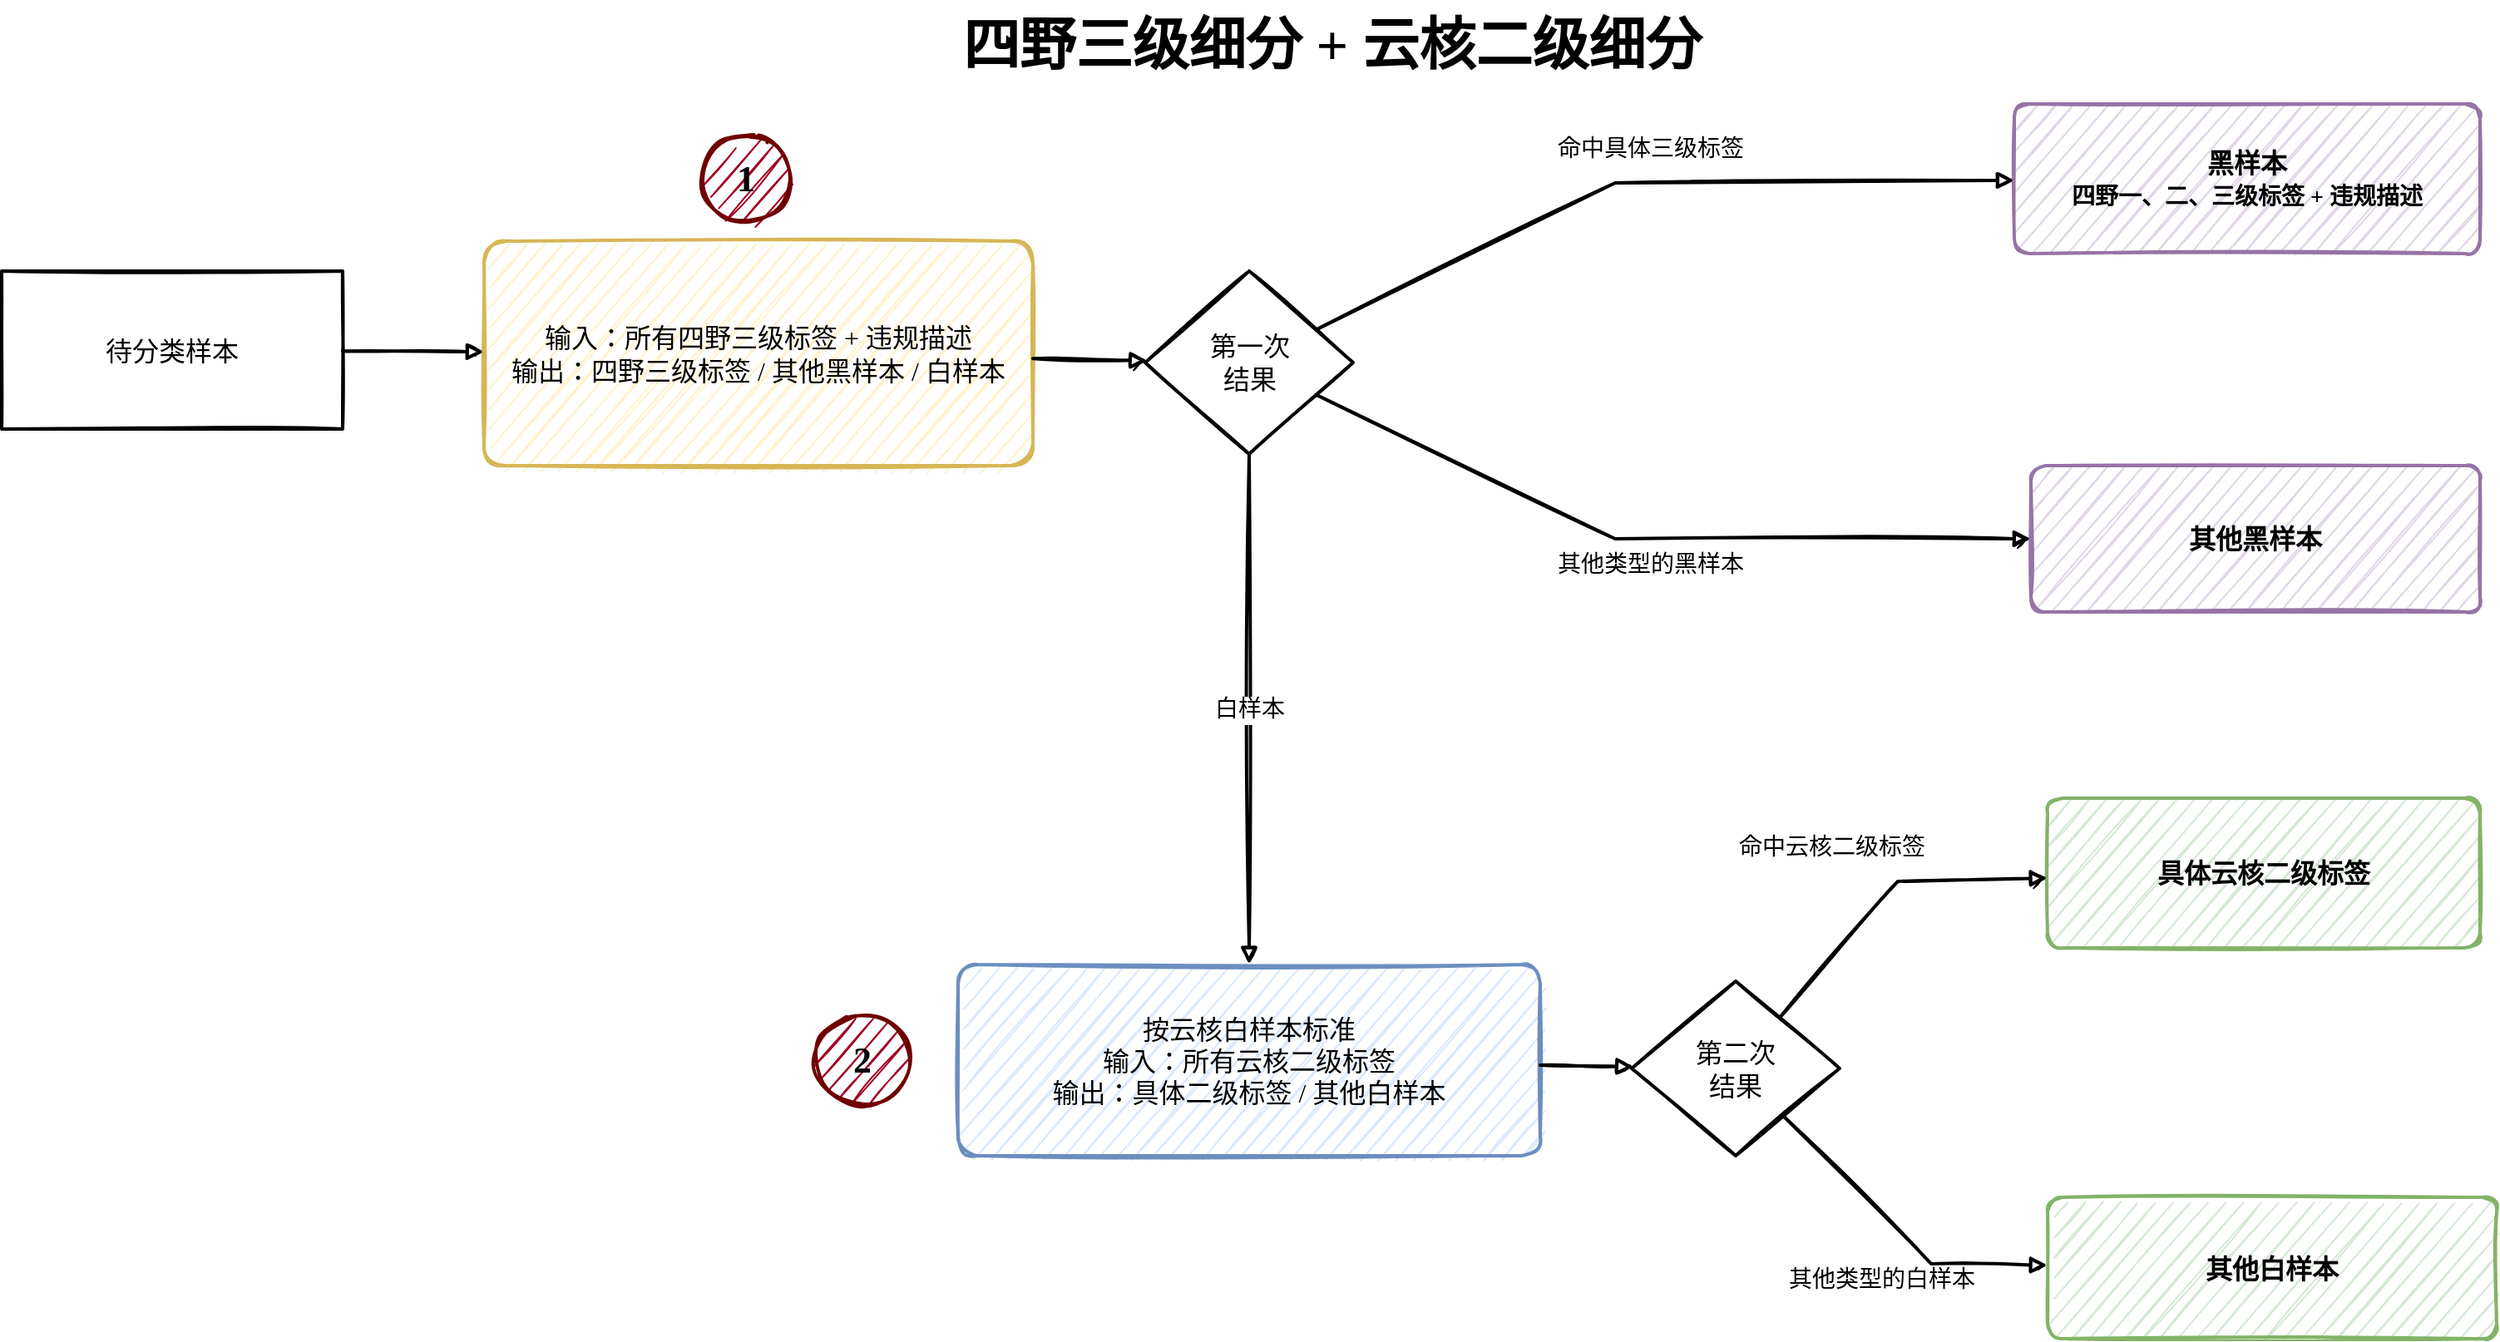
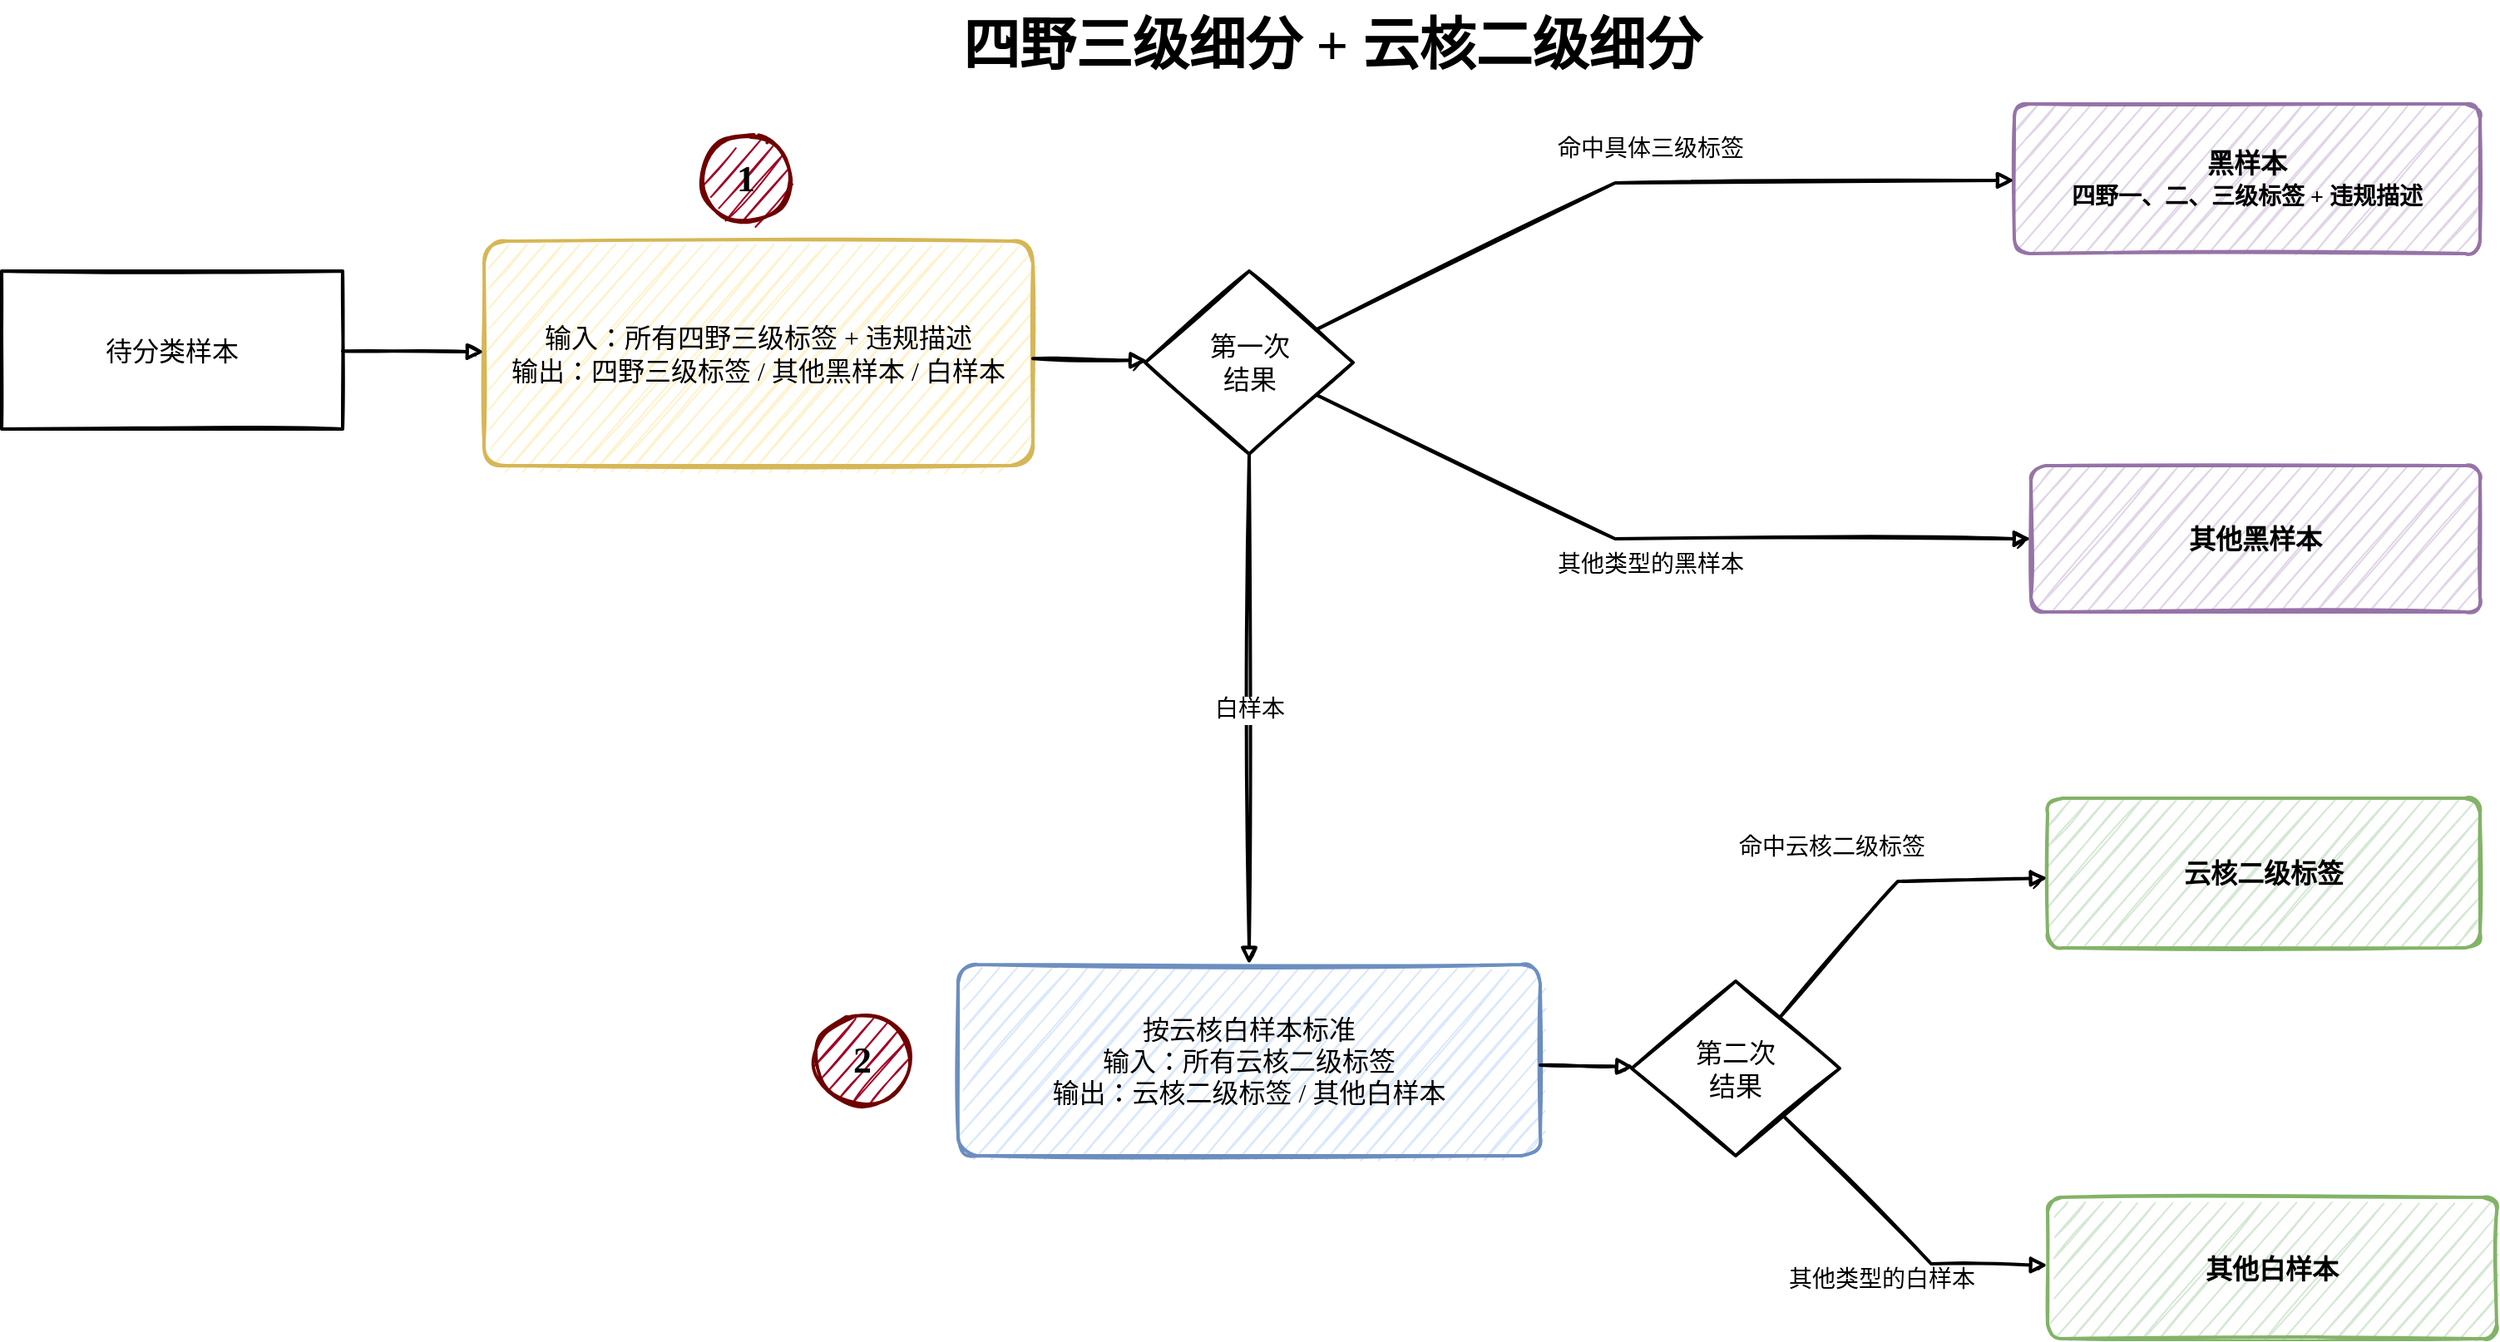
<mxfile host="app.diagrams.net">
  <diagram name="第 1 页" id="O6OdnoE2uYeRQ8ACVb-3">
    <mxGraphModel dx="3071" dy="863" grid="1" gridSize="10" guides="1" tooltips="1" connect="1" arrows="1" fold="1" page="1" pageScale="1" pageWidth="1500" pageHeight="900" math="0" shadow="0">
      <root>
        <mxCell id="0" />
        <mxCell id="1" parent="0" />
        <mxCell id="title" parent="1" style="text;html=1;strokeColor=none;fillColor=none;align=center;verticalAlign=middle;whiteSpace=wrap;rounded=0;fontFamily=Microsoft YaHei;fontSize=34;fontStyle=1;" value="四野三级细分 + 云核二级细分" vertex="1">
          <mxGeometry height="55" width="560" x="430" y="20" as="geometry" />
        </mxCell>
        <mxCell id="sample" parent="1" style="rounded=0;whiteSpace=wrap;html=1;spacing=8;fontFamily=Microsoft YaHei;fontSize=16;sketch=1;rough=1;strokeWidth=2;fillColor=#ffffff;strokeColor=#000000;" value="待分类样本" vertex="1">
          <mxGeometry height="95" width="205" x="-90" y="183" as="geometry" />
        </mxCell>
        <mxCell id="step1_num" parent="1" style="ellipse;whiteSpace=wrap;html=1;fillColor=#a20025;strokeColor=#6F0000;fontFamily=Microsoft YaHei;fontSize=22;fontStyle=1;strokeWidth=2;sketch=1;rough=1;fontColor=#000000;" value="1" vertex="1">
          <mxGeometry height="55" width="55" x="330" y="100" as="geometry" />
        </mxCell>
        <mxCell id="step1" parent="1" style="rounded=1;whiteSpace=wrap;html=1;arcSize=10;spacing=8;fontFamily=Microsoft YaHei;fontSize=16;sketch=1;rough=1;strokeWidth=2;fillColor=#fff2cc;strokeColor=#d6b656;" value="输入：所有四野三级标签 + 违规描述&lt;br&gt;输出：四野三级标签 / 其他黑样本 / 白样本" vertex="1">
          <mxGeometry height="135" width="330" x="200" y="165" as="geometry" />
        </mxCell>
        <mxCell id="decision1" parent="1" style="rhombus;whiteSpace=wrap;html=1;spacing=8;fillColor=#ffffff;strokeColor=#000000;fontFamily=Microsoft YaHei;fontSize=16;sketch=1;rough=1;strokeWidth=2;" value="第一次&lt;br&gt;结果" vertex="1">
          <mxGeometry height="110" width="125" x="597.5" y="183" as="geometry" />
        </mxCell>
        <mxCell id="black" parent="1" style="rounded=1;whiteSpace=wrap;html=1;arcSize=10;spacing=8;fontFamily=Microsoft YaHei;fontSize=16;sketch=1;rough=1;strokeWidth=2;fillColor=#e1d5e7;strokeColor=#9673a6;fontStyle=1;align=center;verticalAlign=middle;" value="黑样本&lt;br&gt;&lt;span style=&#39;font-size:14px&#39;&gt;四野一、二、三级标签 + 违规描述&lt;/span&gt;" vertex="1">
          <mxGeometry height="90" width="280" x="1120" y="82.5" as="geometry" />
        </mxCell>
        <mxCell id="other_black" parent="1" style="rounded=1;whiteSpace=wrap;html=1;arcSize=10;spacing=8;fontFamily=Microsoft YaHei;fontSize=16;sketch=1;rough=1;strokeWidth=2;fillColor=#e1d5e7;strokeColor=#9673a6;fontStyle=1;align=center;verticalAlign=middle;" value="其他黑样本" vertex="1">
          <mxGeometry height="88" width="270" x="1130" y="300" as="geometry" />
        </mxCell>
        <mxCell id="step2_num" parent="1" style="ellipse;whiteSpace=wrap;html=1;fillColor=#a20025;strokeColor=#6F0000;fontFamily=Microsoft YaHei;fontSize=22;fontStyle=1;strokeWidth=2;sketch=1;rough=1;fontColor=#000000;" value="2" vertex="1">
          <mxGeometry height="55" width="55" x="400" y="630" as="geometry" />
        </mxCell>
-         <mxCell id="step2" parent="1" style="rounded=1;whiteSpace=wrap;html=1;arcSize=10;spacing=8;fontFamily=Microsoft YaHei;fontSize=16;sketch=1;rough=1;strokeWidth=2;fillColor=#dae8fc;strokeColor=#6c8ebf;" value="按云核白样本标准&lt;div&gt;输入：所有云核二级标签&lt;br&gt;输出：具体二级标签 / 其他白样本&lt;/div&gt;" vertex="1">
+         <mxCell id="step2" parent="1" style="rounded=1;whiteSpace=wrap;html=1;arcSize=10;spacing=8;fontFamily=Microsoft YaHei;fontSize=16;sketch=1;rough=1;strokeWidth=2;fillColor=#dae8fc;strokeColor=#6c8ebf;" value="按云核白样本标准&lt;div&gt;输入：所有云核二级标签&lt;br&gt;输出：云核二级标签 / 其他白样本&lt;/div&gt;" vertex="1">
          <mxGeometry height="115" width="350" x="485" y="600" as="geometry" />
        </mxCell>
        <mxCell id="decision2" parent="1" style="rhombus;whiteSpace=wrap;html=1;spacing=8;fillColor=#ffffff;strokeColor=#000000;fontFamily=Microsoft YaHei;fontSize=16;sketch=1;rough=1;strokeWidth=2;" value="第二次&lt;br&gt;结果" vertex="1">
          <mxGeometry height="105" width="125" x="890" y="610" as="geometry" />
        </mxCell>
-         <mxCell id="cloud_tag" parent="1" style="rounded=1;whiteSpace=wrap;html=1;arcSize=10;spacing=8;fontFamily=Microsoft YaHei;fontSize=16;sketch=1;rough=1;strokeWidth=2;fillColor=#d5e8d4;strokeColor=#82b366;fontStyle=1;" value="具体云核二级标签" vertex="1">
+         <mxCell id="cloud_tag" parent="1" style="rounded=1;whiteSpace=wrap;html=1;arcSize=10;spacing=8;fontFamily=Microsoft YaHei;fontSize=16;sketch=1;rough=1;strokeWidth=2;fillColor=#d5e8d4;strokeColor=#82b366;fontStyle=1;" value="云核二级标签" vertex="1">
          <mxGeometry height="90" width="260" x="1140" y="500" as="geometry" />
        </mxCell>
        <mxCell id="other_white" parent="1" style="rounded=1;whiteSpace=wrap;html=1;arcSize=10;spacing=8;fontFamily=Microsoft YaHei;fontSize=16;sketch=1;rough=1;strokeWidth=2;fillColor=#d5e8d4;strokeColor=#82b366;fontStyle=1;align=center;verticalAlign=middle;fontColor=default;" value="其他白样本" vertex="1">
          <mxGeometry height="85" width="270" x="1140" y="740" as="geometry" />
        </mxCell>
        <mxCell id="a_sample_step1" edge="1" parent="1" source="sample" style="endArrow=block;html=1;rounded=0;strokeColor=#000000;strokeWidth=2;sketch=1;rough=1;fontFamily=Microsoft YaHei;fontSize=14;" target="step1">
          <mxGeometry relative="1" as="geometry" />
        </mxCell>
        <mxCell id="a_step1_decision1" edge="1" parent="1" source="step1" style="endArrow=block;html=1;rounded=0;strokeColor=#000000;strokeWidth=2;sketch=1;rough=1;fontFamily=Microsoft YaHei;fontSize=14;" target="decision1">
          <mxGeometry relative="1" as="geometry" />
        </mxCell>
        <mxCell id="a_d1_black" edge="1" parent="1" source="decision1" style="endArrow=block;html=1;rounded=0;strokeColor=#000000;strokeWidth=2;sketch=1;rough=1;fontFamily=Microsoft YaHei;fontSize=14;" target="black" value="命中具体三级标签">
          <mxGeometry relative="1" x="0.0015" y="20" as="geometry">
            <mxPoint x="1" as="offset" />
            <Array as="points">
              <mxPoint x="880" y="130" />
            </Array>
          </mxGeometry>
        </mxCell>
        <mxCell id="a_d1_other_black" edge="1" parent="1" source="decision1" style="endArrow=block;html=1;rounded=0;strokeColor=#000000;strokeWidth=2;sketch=1;rough=1;fontFamily=Microsoft YaHei;fontSize=14;" target="other_black" value="其他类型的黑样本">
          <mxGeometry relative="1" x="-0.0236" y="-16" as="geometry">
            <mxPoint x="1" as="offset" />
            <Array as="points">
              <mxPoint x="880" y="344" />
            </Array>
          </mxGeometry>
        </mxCell>
        <mxCell id="a_d1_step2" edge="1" parent="1" source="decision1" style="endArrow=block;html=1;rounded=0;strokeColor=#000000;strokeWidth=2;sketch=1;rough=1;fontFamily=Microsoft YaHei;fontSize=14;" target="step2" value="白样本">
          <mxGeometry relative="1" as="geometry" />
        </mxCell>
        <mxCell id="a_step2_decision2" edge="1" parent="1" source="step2" style="endArrow=block;html=1;rounded=0;strokeColor=#000000;strokeWidth=2;sketch=1;rough=1;fontFamily=Microsoft YaHei;fontSize=14;" target="decision2">
          <mxGeometry relative="1" as="geometry" />
        </mxCell>
        <mxCell id="a_d2_cloud" edge="1" parent="1" source="decision2" style="endArrow=block;html=1;rounded=0;strokeColor=#000000;strokeWidth=2;sketch=1;rough=1;fontFamily=Microsoft YaHei;fontSize=14;" target="cloud_tag" value="命中云核二级标签">
          <mxGeometry relative="1" x="-0.0177" y="43" as="geometry">
            <mxPoint as="offset" />
            <Array as="points">
              <mxPoint x="1050" y="550" />
            </Array>
          </mxGeometry>
        </mxCell>
        <mxCell id="a_d2_other_white" edge="1" parent="1" source="decision2" style="endArrow=block;html=1;rounded=0;strokeColor=#000000;strokeWidth=2;sketch=1;rough=1;fontFamily=Microsoft YaHei;fontSize=14;" target="other_white" value="其他类型的白样本">
          <mxGeometry relative="1" x="0.1406" y="-28" as="geometry">
            <mxPoint as="offset" />
            <Array as="points">
              <mxPoint x="1070" y="780" />
            </Array>
          </mxGeometry>
        </mxCell>
      </root>
    </mxGraphModel>
  </diagram>
</mxfile>
